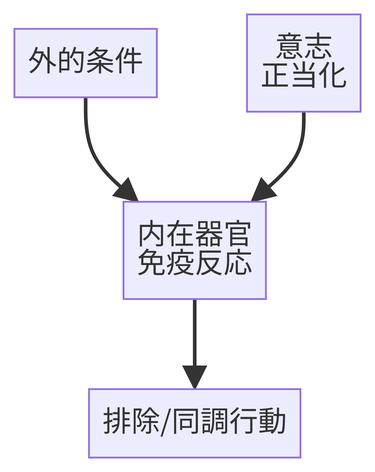
Before: assets/organ_will_placement/alignment.png, a diagram exported from Mermaid (human-attunement/system). Its source is kept beside it as assets/organ_will_placement/alignment.mmd.
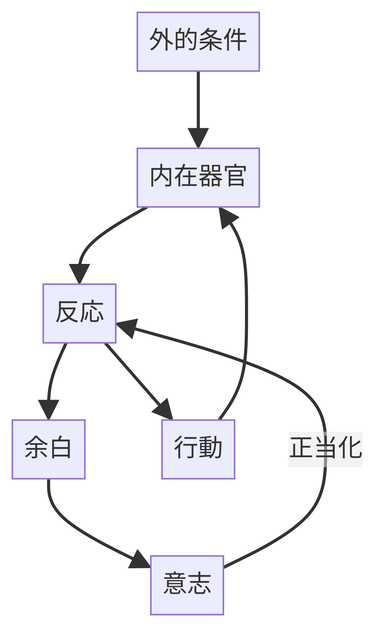
Above is the later version.

Diff of the diagram source:
```diff
@@ -1,10 +1,12 @@
-flowchart TB
-    E[外的条件]
-    O["内在器官
-    免疫反応"]
-    A[排除/同調行動]
-    W["意志
-    正当化"]
+---
 
-    E --> O --> A
-    W --> O
+flowchart TD
+    E[外的条件] --> O[内在器官]
+    O --> R[反応]
+
+    R --> M[余白]
+    M --> W[意志]
+    W -->|正当化| R
+
+    R --> A[行動]
+    A --> O
```
